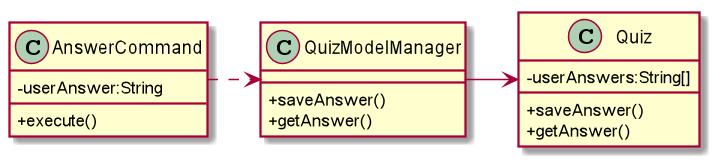
Before: docs/images/StoreAnswerClassDiagram.png, a diagram exported from PlantUML (petrickjerico/tp).
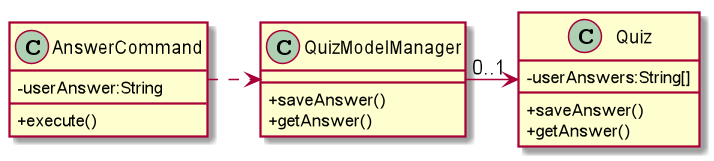
Above is the later version.

Diff of the diagram source:
```diff
@@ -18,5 +18,5 @@
 }
 
 AnswerCommand .> QuizModelManager
-QuizModelManager -> Quiz
+QuizModelManager -> "0..1" Quiz
 @enduml
```
